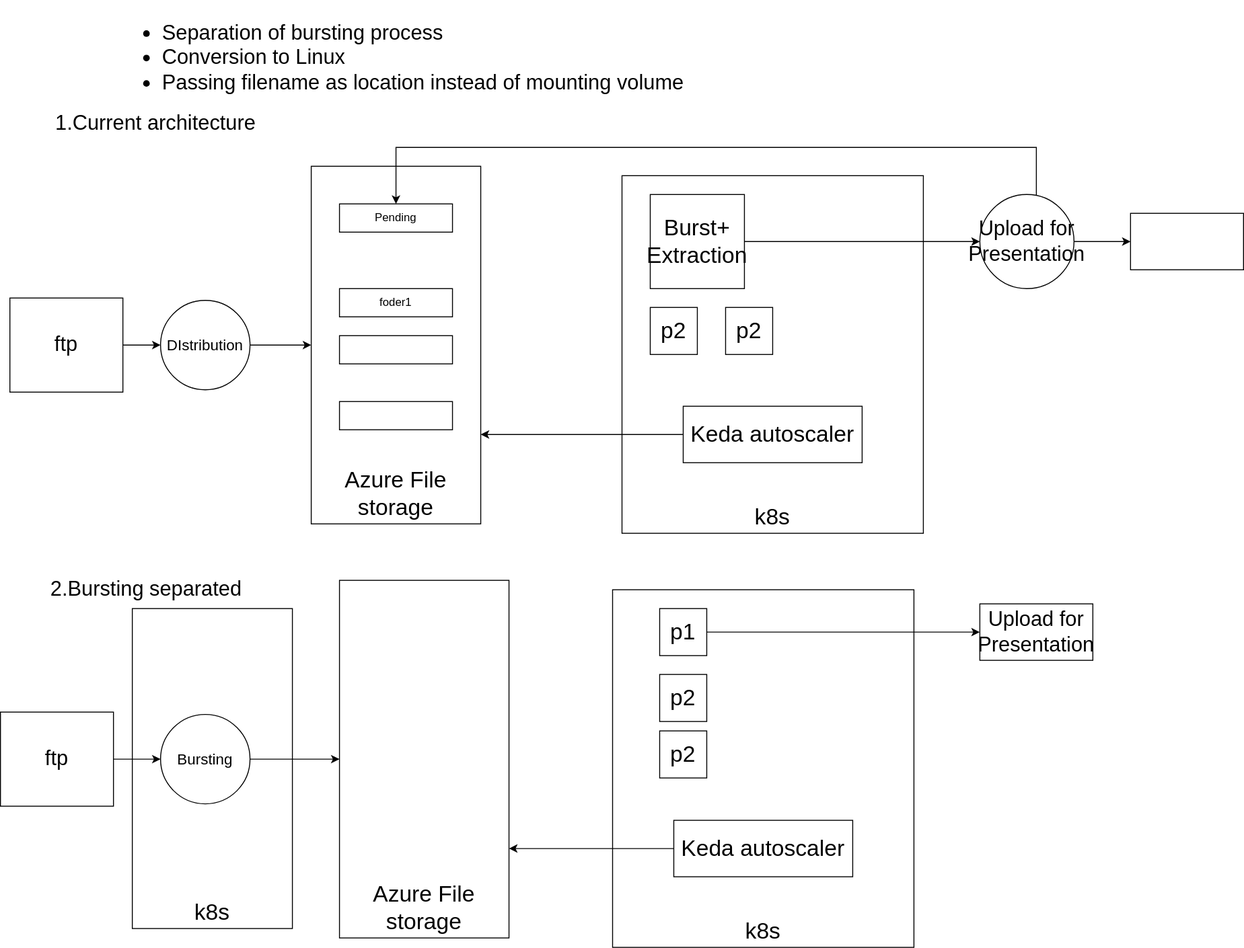
Earlier version of the draw.io export pdfextractk8s.svg (vjavle/invoicecloud). Source tidied: cells renumbered, new cells last; positions are measured from the earlier drawing's top-left corner, leaving out a move shared by most shapes.
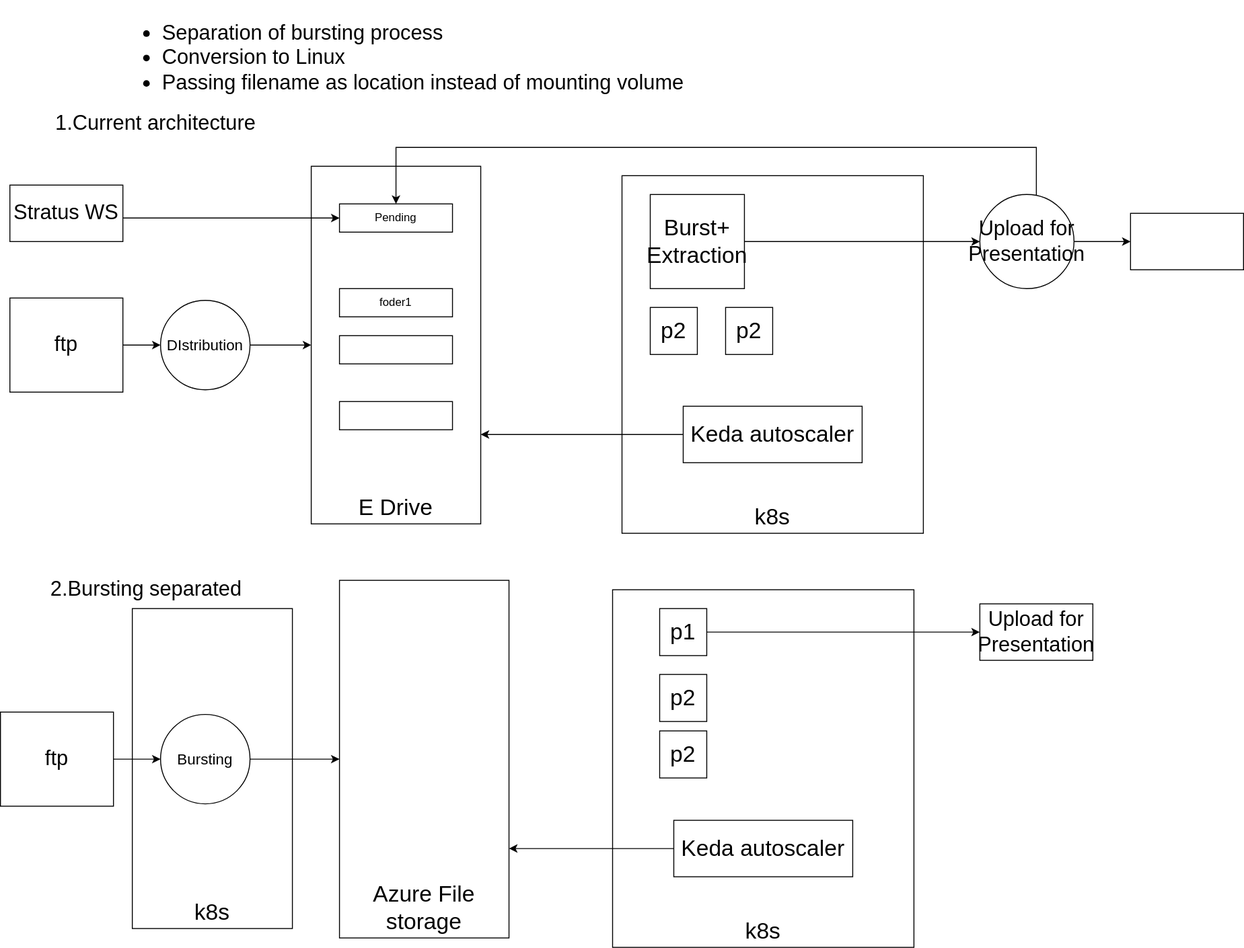
The same file after the commit.

What changed in the source:
```diff
@@ -8,7 +8,7 @@
     <mxCell id="3" value="k8s" style="rounded=0;whiteSpace=wrap;html=1;fontSize=24;verticalAlign=bottom;" parent="1" vertex="1">
       <mxGeometry x="660" y="140" width="320" height="380" as="geometry" />
     </mxCell>
-    <mxCell id="4" value="Azure File storage" style="rounded=0;whiteSpace=wrap;html=1;verticalAlign=bottom;fontSize=24;" parent="1" vertex="1">
+    <mxCell id="4" value="E Drive" style="rounded=0;whiteSpace=wrap;html=1;verticalAlign=bottom;fontSize=24;" parent="1" vertex="1">
       <mxGeometry x="330" y="130" width="180" height="380" as="geometry" />
     </mxCell>
     <mxCell id="5" style="edgeStyle=orthogonalEdgeStyle;rounded=0;jettySize=auto;html=1;entryX=0;entryY=0.5;entryDx=0;entryDy=0;" parent="1" edge="1" source="6" target="12">
@@ -118,5 +118,16 @@
     <mxCell id="38" value="&lt;span&gt;Upload for Presentation&lt;/span&gt;" style="ellipse;whiteSpace=wrap;html=1;fontSize=22;" parent="1" vertex="1">
       <mxGeometry x="1040" y="160" width="100" height="100" as="geometry" />
     </mxCell>
+    <mxCell id="39" style="edgeStyle=orthogonalEdgeStyle;rounded=0;jettySize=auto;html=1;fontSize=22;" parent="1" edge="1" source="40" target="7">
+      <mxGeometry relative="1" as="geometry">
+        <Array as="points">
+          <mxPoint x="230" y="185" />
+          <mxPoint x="230" y="185" />
+        </Array>
+      </mxGeometry>
+    </mxCell>
+    <mxCell id="40" value="Stratus WS" style="rounded=0;whiteSpace=wrap;html=1;fontSize=22;" parent="1" vertex="1">
+      <mxGeometry x="10" y="150" width="120" height="60" as="geometry" />
+    </mxCell>
   </root>
 </mxGraphModel>
```
